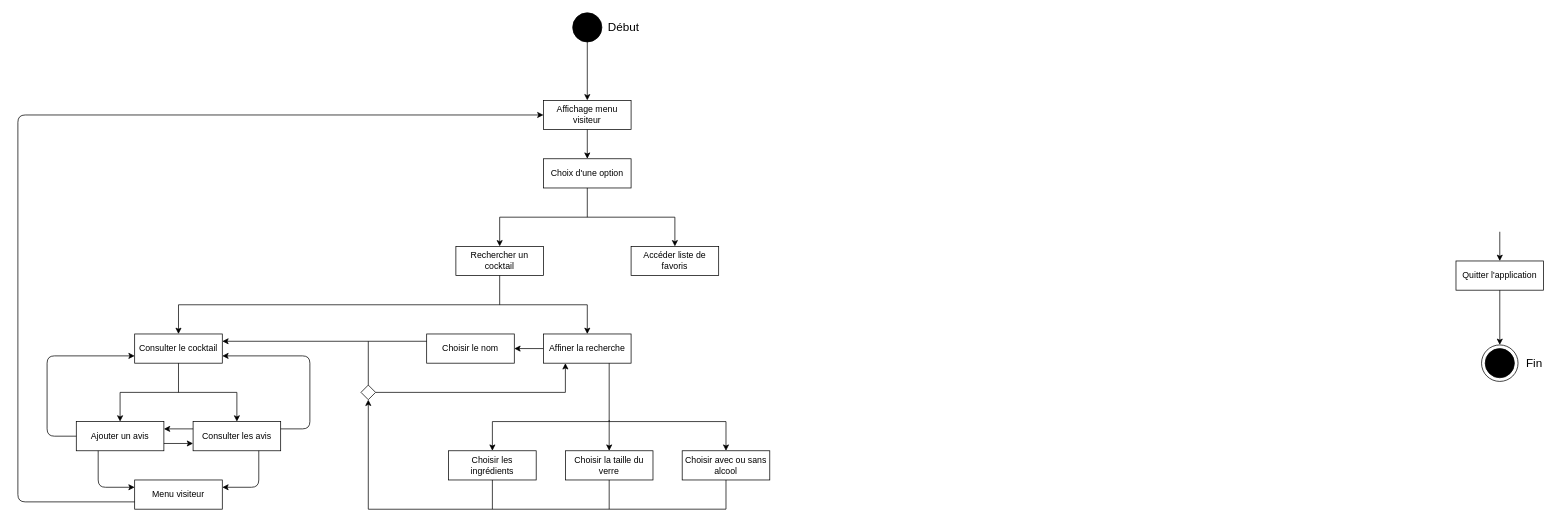
Above: Diagramme d'état du menu utilisateur régulier.drawio in wahib299/ProjetInfo2A (draw.io), before the change. Source tidied: cells renumbered, new cells numbered last; positions are measured from the earlier drawing's top-left corner, leaving out a move shared by most shapes. Both pictures are drawn from the tidied source at 73%, with x=0, y=0 at pixel (18, 12).
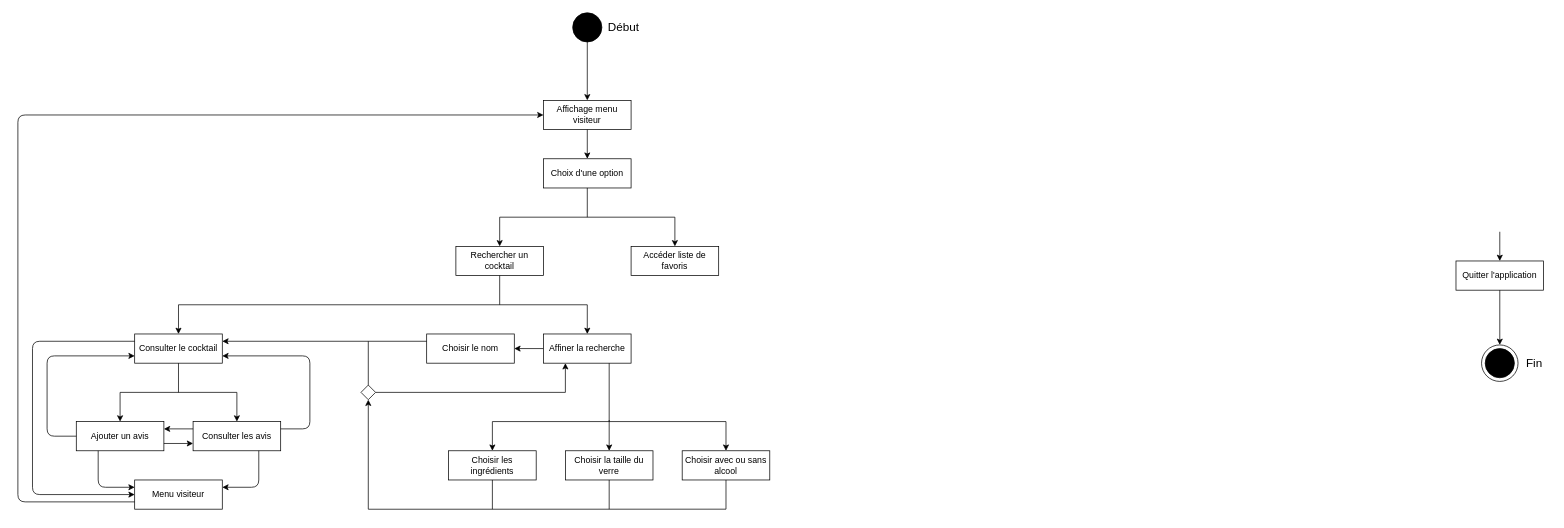
The same diagram, later.

The change refers to these unchanged cells:
```xml
<mxCell id="31" value="Consulter le cocktail" style="rounded=0;whiteSpace=wrap;html=1;fillColor=#FFFFFF;" parent="1" vertex="1">
  <mxGeometry x="160" y="440" width="120" height="40" as="geometry" />
</mxCell>
<mxCell id="40" value="Menu visiteur" style="rounded=0;whiteSpace=wrap;html=1;fillColor=#FFFFFF;" parent="1" vertex="1">
  <mxGeometry x="160" y="640" width="120" height="40" as="geometry" />
</mxCell>
```

Change to the diagram source:
```diff
@@
+    <mxCell id="60" style="endArrow=classic;html=1;exitX=0;exitY=0.25;exitDx=0;exitDy=0;entryX=0;entryY=0.5;entryDx=0;entryDy=0;" parent="1" edge="1" source="31" target="40">
+      <mxGeometry relative="1" as="geometry">
+        <Array as="points">
+          <mxPoint x="20" y="450" />
+          <mxPoint x="20" y="660" />
+        </Array>
+      </mxGeometry>
+    </mxCell>
```
